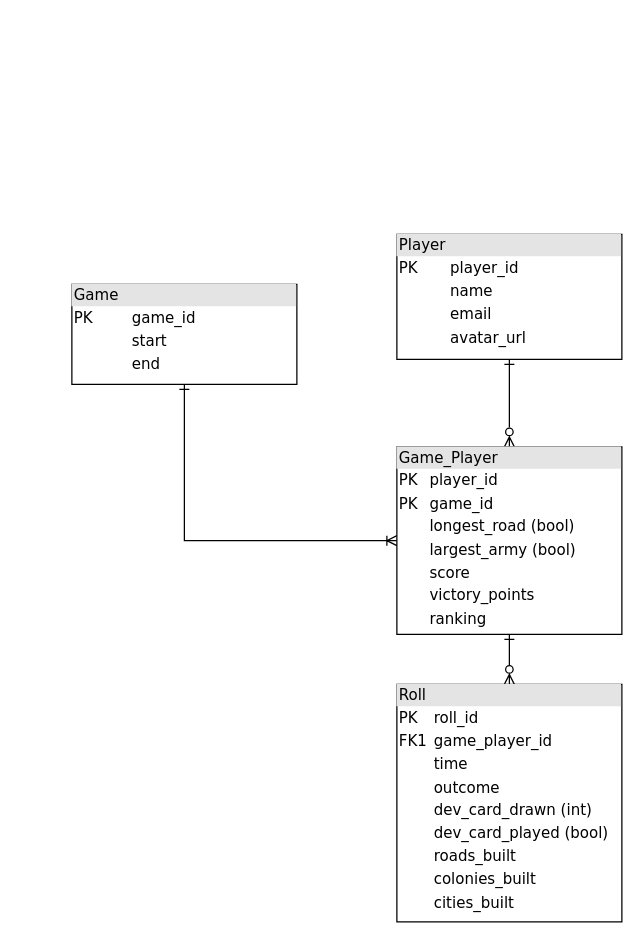
Earlier version of the draw.io diagram documents/db-schema.drawio (fdifrison/catan). Source tidied: cells renumbered, new cells numbered last; positions are measured from the earlier drawing's top-left corner, leaving out a move shared by most shapes. Both pictures are drawn from the tidied source at 125%, with x=0, y=0 at pixel (71, 234).
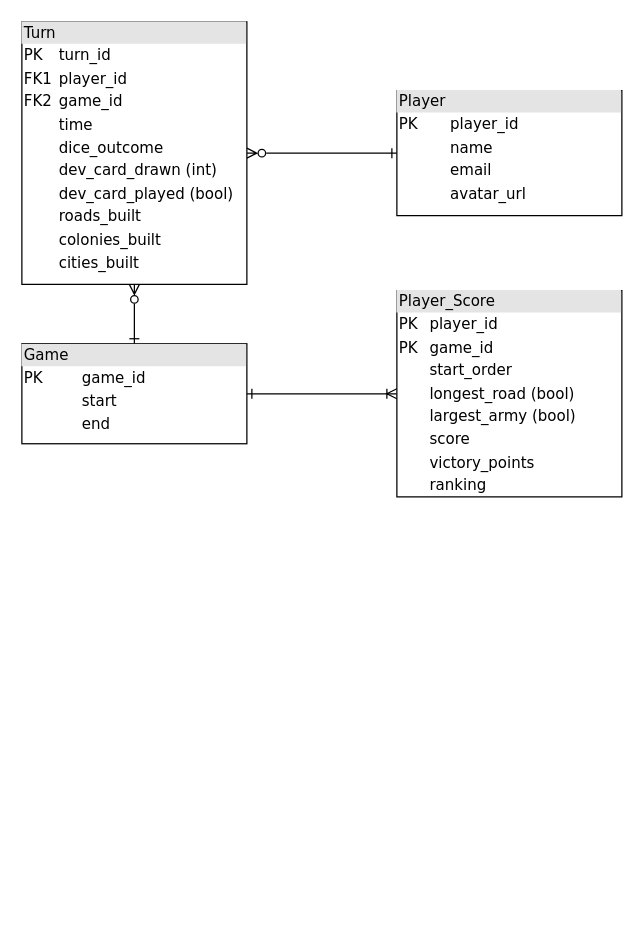
After the change.

The edit, as a diff of the source:
```diff
@@
 <mxGraphModel>
   <root>
     <mxCell id="0" />
     <mxCell id="1" parent="0" />
-    <mxCell id="2" style="edgeStyle=orthogonalEdgeStyle;rounded=0;jettySize=auto;html=1;entryX=0.5;entryY=0;entryDx=0;entryDy=0;startArrow=ERone;startFill=0;endArrow=ERzeroToMany;endFill=0;" parent="1" edge="1" source="3" target="7">
-      <mxGeometry relative="1" as="geometry" />
-    </mxCell>
+    <mxCell id="9" style="edgeStyle=orthogonalEdgeStyle;rounded=0;jettySize=auto;html=1;entryX=1;entryY=0.5;entryDx=0;entryDy=0;startArrow=ERone;startFill=0;endArrow=ERzeroToMany;endFill=0;" parent="1" edge="1" source="3" target="8">
+      <mxGeometry relative="1" as="geometry" />
+    </mxCell>
     <mxCell id="3" value="&lt;div style=&quot;box-sizing:border-box;width:100%;background:#e4e4e4;padding:2px;&quot;&gt;Player&lt;/div&gt;&lt;table style=&quot;width:100%;font-size:1em;&quot; cellpadding=&quot;2&quot; cellspacing=&quot;0&quot;&gt;&lt;tbody&gt;&lt;tr&gt;&lt;td&gt;PK&lt;/td&gt;&lt;td&gt;player_id&lt;/td&gt;&lt;/tr&gt;&lt;tr&gt;&lt;td&gt;&lt;br&gt;&lt;/td&gt;&lt;td&gt;name&lt;br&gt;&lt;/td&gt;&lt;/tr&gt;&lt;tr&gt;&lt;td&gt;&lt;br&gt;&lt;/td&gt;&lt;td&gt;email&lt;/td&gt;&lt;/tr&gt;&lt;tr&gt;&lt;td&gt;&lt;br&gt;&lt;/td&gt;&lt;td&gt;avatar_url&lt;/td&gt;&lt;/tr&gt;&lt;tr&gt;&lt;td&gt;&lt;br&gt;&lt;/td&gt;&lt;td&gt;&lt;br&gt;&lt;/td&gt;&lt;/tr&gt;&lt;tr&gt;&lt;td&gt;&lt;br&gt;&lt;/td&gt;&lt;td&gt;&lt;br&gt;&lt;/td&gt;&lt;/tr&gt;&lt;/tbody&gt;&lt;/table&gt;" style="verticalAlign=top;align=left;overflow=fill;html=1;rounded=0;shadow=0;comic=0;labelBackgroundColor=none;strokeWidth=1;fontFamily=Verdana;fontSize=12;" parent="1" vertex="1">
-      <mxGeometry x="260" width="180" height="100" as="geometry" />
+      <mxGeometry x="260" y="-115" width="180" height="100" as="geometry" />
     </mxCell>
-    <mxCell id="4" style="edgeStyle=orthogonalEdgeStyle;rounded=0;jettySize=auto;html=1;startArrow=ERone;startFill=0;endArrow=ERzeroToMany;endFill=0;exitX=0.5;exitY=1;exitDx=0;exitDy=0;" parent="1" edge="1" source="7" target="8">
-      <mxGeometry relative="1" as="geometry" />
-    </mxCell>
-    <mxCell id="5" style="edgeStyle=orthogonalEdgeStyle;rounded=0;jettySize=auto;html=1;entryX=0;entryY=0.5;entryDx=0;entryDy=0;startArrow=ERone;startFill=0;endArrow=ERoneToMany;endFill=0;exitX=0.5;exitY=1;exitDx=0;exitDy=0;" parent="1" edge="1" source="6" target="7">
+    <mxCell id="5" style="edgeStyle=orthogonalEdgeStyle;rounded=0;jettySize=auto;html=1;entryX=0;entryY=0.5;entryDx=0;entryDy=0;startArrow=ERone;startFill=0;endArrow=ERoneToMany;endFill=0;exitX=1;exitY=0.5;exitDx=0;exitDy=0;" parent="1" edge="1" source="6" target="7">
       <mxGeometry relative="1" as="geometry" />
     </mxCell>
+    <mxCell id="10" style="edgeStyle=orthogonalEdgeStyle;rounded=0;jettySize=auto;html=1;startArrow=ERone;startFill=0;endArrow=ERzeroToMany;endFill=0;" parent="1" edge="1" source="6" target="8">
+      <mxGeometry relative="1" as="geometry" />
+    </mxCell>
     <mxCell id="6" value="&lt;div style=&quot;box-sizing:border-box;width:100%;background:#e4e4e4;padding:2px;&quot;&gt;Game&lt;/div&gt;&lt;table style=&quot;width:100%;font-size:1em;&quot; cellpadding=&quot;2&quot; cellspacing=&quot;0&quot;&gt;&lt;tbody&gt;&lt;tr&gt;&lt;td&gt;PK&lt;/td&gt;&lt;td&gt;game_id&lt;/td&gt;&lt;/tr&gt;&lt;tr&gt;&lt;td&gt;&lt;br&gt;&lt;/td&gt;&lt;td&gt;start&lt;/td&gt;&lt;/tr&gt;&lt;tr&gt;&lt;td&gt;&lt;br&gt;&lt;/td&gt;&lt;td&gt;end&lt;/td&gt;&lt;/tr&gt;&lt;tr&gt;&lt;td&gt;&lt;br&gt;&lt;/td&gt;&lt;td&gt;&lt;br&gt;&lt;/td&gt;&lt;/tr&gt;&lt;/tbody&gt;&lt;/table&gt;" style="verticalAlign=top;align=left;overflow=fill;html=1;rounded=0;shadow=0;comic=0;labelBackgroundColor=none;strokeWidth=1;fontFamily=Verdana;fontSize=12;" parent="1" vertex="1">
-      <mxGeometry y="40" width="180" height="80" as="geometry" />
+      <mxGeometry x="-40" y="87.5" width="180" height="80" as="geometry" />
     </mxCell>
-    <mxCell id="7" value="&lt;div style=&quot;box-sizing:border-box;width:100%;background:#e4e4e4;padding:2px;&quot;&gt;Game_Player&lt;/div&gt;&lt;table style=&quot;width:100%;font-size:1em;&quot; cellpadding=&quot;2&quot; cellspacing=&quot;0&quot;&gt;&lt;tbody&gt;&lt;tr&gt;&lt;td&gt;PK&lt;/td&gt;&lt;td&gt;player_id&lt;/td&gt;&lt;/tr&gt;&lt;tr&gt;&lt;td&gt;PK&lt;/td&gt;&lt;td&gt;game_id&lt;br&gt;&lt;/td&gt;&lt;/tr&gt;&lt;tr&gt;&lt;td&gt;&lt;br&gt;&lt;/td&gt;&lt;td&gt;longest_road (bool)&lt;/td&gt;&lt;/tr&gt;&lt;tr&gt;&lt;td&gt;&lt;br&gt;&lt;/td&gt;&lt;td&gt;largest_army (bool)&lt;/td&gt;&lt;/tr&gt;&lt;tr&gt;&lt;td&gt;&lt;br&gt;&lt;/td&gt;&lt;td&gt;score&lt;br&gt;&lt;/td&gt;&lt;/tr&gt;&lt;tr&gt;&lt;td&gt;&lt;br&gt;&lt;/td&gt;&lt;td&gt;victory_points&lt;/td&gt;&lt;/tr&gt;&lt;tr&gt;&lt;td&gt;&lt;br&gt;&lt;/td&gt;&lt;td&gt;ranking&lt;/td&gt;&lt;/tr&gt;&lt;tr&gt;&lt;td&gt;&lt;br&gt;&lt;/td&gt;&lt;td&gt;&lt;br&gt;&lt;/td&gt;&lt;/tr&gt;&lt;tr&gt;&lt;td&gt;&lt;br&gt;&lt;/td&gt;&lt;td&gt;&lt;br&gt;&lt;/td&gt;&lt;/tr&gt;&lt;/tbody&gt;&lt;/table&gt;" style="verticalAlign=top;align=left;overflow=fill;html=1;rounded=0;shadow=0;comic=0;labelBackgroundColor=none;strokeWidth=1;fontFamily=Verdana;fontSize=12;" parent="1" vertex="1">
-      <mxGeometry x="260" y="170" width="180" height="150" as="geometry" />
+    <mxCell id="7" value="&lt;div style=&quot;box-sizing:border-box;width:100%;background:#e4e4e4;padding:2px;&quot;&gt;Player_Score&lt;/div&gt;&lt;table style=&quot;width:100%;font-size:1em;&quot; cellpadding=&quot;2&quot; cellspacing=&quot;0&quot;&gt;&lt;tbody&gt;&lt;tr&gt;&lt;td&gt;PK&lt;/td&gt;&lt;td&gt;player_id&lt;/td&gt;&lt;/tr&gt;&lt;tr&gt;&lt;td&gt;PK&lt;/td&gt;&lt;td&gt;game_id&lt;br&gt;&lt;/td&gt;&lt;/tr&gt;&lt;tr&gt;&lt;td&gt;&lt;br&gt;&lt;/td&gt;&lt;td&gt;start_order&lt;/td&gt;&lt;/tr&gt;&lt;tr&gt;&lt;td&gt;&lt;br&gt;&lt;/td&gt;&lt;td&gt;longest_road (bool)&lt;/td&gt;&lt;/tr&gt;&lt;tr&gt;&lt;td&gt;&lt;br&gt;&lt;/td&gt;&lt;td&gt;largest_army (bool)&lt;/td&gt;&lt;/tr&gt;&lt;tr&gt;&lt;td&gt;&lt;br&gt;&lt;/td&gt;&lt;td&gt;score&lt;br&gt;&lt;/td&gt;&lt;/tr&gt;&lt;tr&gt;&lt;td&gt;&lt;br&gt;&lt;/td&gt;&lt;td&gt;victory_points&lt;/td&gt;&lt;/tr&gt;&lt;tr&gt;&lt;td&gt;&lt;br&gt;&lt;/td&gt;&lt;td&gt;ranking&lt;/td&gt;&lt;/tr&gt;&lt;tr&gt;&lt;td&gt;&lt;br&gt;&lt;/td&gt;&lt;td&gt;&lt;br&gt;&lt;/td&gt;&lt;/tr&gt;&lt;tr&gt;&lt;td&gt;&lt;br&gt;&lt;/td&gt;&lt;td&gt;&lt;br&gt;&lt;/td&gt;&lt;/tr&gt;&lt;/tbody&gt;&lt;/table&gt;" style="verticalAlign=top;align=left;overflow=fill;html=1;rounded=0;shadow=0;comic=0;labelBackgroundColor=none;strokeWidth=1;fontFamily=Verdana;fontSize=12;" parent="1" vertex="1">
+      <mxGeometry x="260" y="45" width="180" height="165" as="geometry" />
     </mxCell>
-    <mxCell id="8" value="&lt;div style=&quot;box-sizing:border-box;width:100%;background:#e4e4e4;padding:2px;&quot;&gt;Roll&lt;/div&gt;&lt;table style=&quot;width:100%;font-size:1em;&quot; cellpadding=&quot;2&quot; cellspacing=&quot;0&quot;&gt;&lt;tbody&gt;&lt;tr&gt;&lt;td&gt;PK&lt;/td&gt;&lt;td&gt;roll_id&lt;/td&gt;&lt;/tr&gt;&lt;tr&gt;&lt;td&gt;FK1&lt;/td&gt;&lt;td&gt;game_player_id&lt;/td&gt;&lt;/tr&gt;&lt;tr&gt;&lt;td&gt;&lt;/td&gt;&lt;td&gt;time&lt;/td&gt;&lt;/tr&gt;&lt;tr&gt;&lt;td&gt;&lt;br&gt;&lt;/td&gt;&lt;td&gt;outcome&lt;/td&gt;&lt;/tr&gt;&lt;tr&gt;&lt;td&gt;&lt;br&gt;&lt;/td&gt;&lt;td&gt;dev_card_drawn (int)&lt;/td&gt;&lt;/tr&gt;&lt;tr&gt;&lt;td&gt;&lt;br&gt;&lt;/td&gt;&lt;td&gt;dev_card_played (bool)&lt;/td&gt;&lt;/tr&gt;&lt;tr&gt;&lt;td&gt;&lt;br&gt;&lt;/td&gt;&lt;td&gt;roads_built&lt;/td&gt;&lt;/tr&gt;&lt;tr&gt;&lt;td&gt;&lt;br&gt;&lt;/td&gt;&lt;td&gt;colonies_built&lt;/td&gt;&lt;/tr&gt;&lt;tr&gt;&lt;td&gt;&lt;br&gt;&lt;/td&gt;&lt;td&gt;cities_built&lt;/td&gt;&lt;/tr&gt;&lt;/tbody&gt;&lt;/table&gt;" style="verticalAlign=top;align=left;overflow=fill;html=1;rounded=0;shadow=0;comic=0;labelBackgroundColor=none;strokeWidth=1;fontFamily=Verdana;fontSize=12;" parent="1" vertex="1">
-      <mxGeometry x="260" y="360" width="180" height="190" as="geometry" />
+    <mxCell id="8" value="&lt;div style=&quot;box-sizing:border-box;width:100%;background:#e4e4e4;padding:2px;&quot;&gt;Turn&lt;/div&gt;&lt;table style=&quot;width:100%;font-size:1em;&quot; cellpadding=&quot;2&quot; cellspacing=&quot;0&quot;&gt;&lt;tbody&gt;&lt;tr&gt;&lt;td&gt;PK&lt;/td&gt;&lt;td&gt;turn_id&lt;/td&gt;&lt;/tr&gt;&lt;tr&gt;&lt;td&gt;FK1&lt;/td&gt;&lt;td&gt;player_id&lt;/td&gt;&lt;/tr&gt;&lt;tr&gt;&lt;td&gt;FK2&lt;/td&gt;&lt;td&gt;game_id&lt;/td&gt;&lt;/tr&gt;&lt;tr&gt;&lt;td&gt;&lt;/td&gt;&lt;td&gt;time&lt;/td&gt;&lt;/tr&gt;&lt;tr&gt;&lt;td&gt;&lt;br&gt;&lt;/td&gt;&lt;td&gt;dice_outcome&lt;/td&gt;&lt;/tr&gt;&lt;tr&gt;&lt;td&gt;&lt;br&gt;&lt;/td&gt;&lt;td&gt;dev_card_drawn (int)&lt;/td&gt;&lt;/tr&gt;&lt;tr&gt;&lt;td&gt;&lt;br&gt;&lt;/td&gt;&lt;td&gt;dev_card_played (bool)&lt;/td&gt;&lt;/tr&gt;&lt;tr&gt;&lt;td&gt;&lt;br&gt;&lt;/td&gt;&lt;td&gt;roads_built&lt;/td&gt;&lt;/tr&gt;&lt;tr&gt;&lt;td&gt;&lt;br&gt;&lt;/td&gt;&lt;td&gt;colonies_built&lt;/td&gt;&lt;/tr&gt;&lt;tr&gt;&lt;td&gt;&lt;br&gt;&lt;/td&gt;&lt;td&gt;cities_built&lt;/td&gt;&lt;/tr&gt;&lt;/tbody&gt;&lt;/table&gt;" style="verticalAlign=top;align=left;overflow=fill;html=1;rounded=0;shadow=0;comic=0;labelBackgroundColor=none;strokeWidth=1;fontFamily=Verdana;fontSize=12;" parent="1" vertex="1">
+      <mxGeometry x="-40" y="-170" width="180" height="210" as="geometry" />
     </mxCell>
   </root>
 </mxGraphModel>
```
